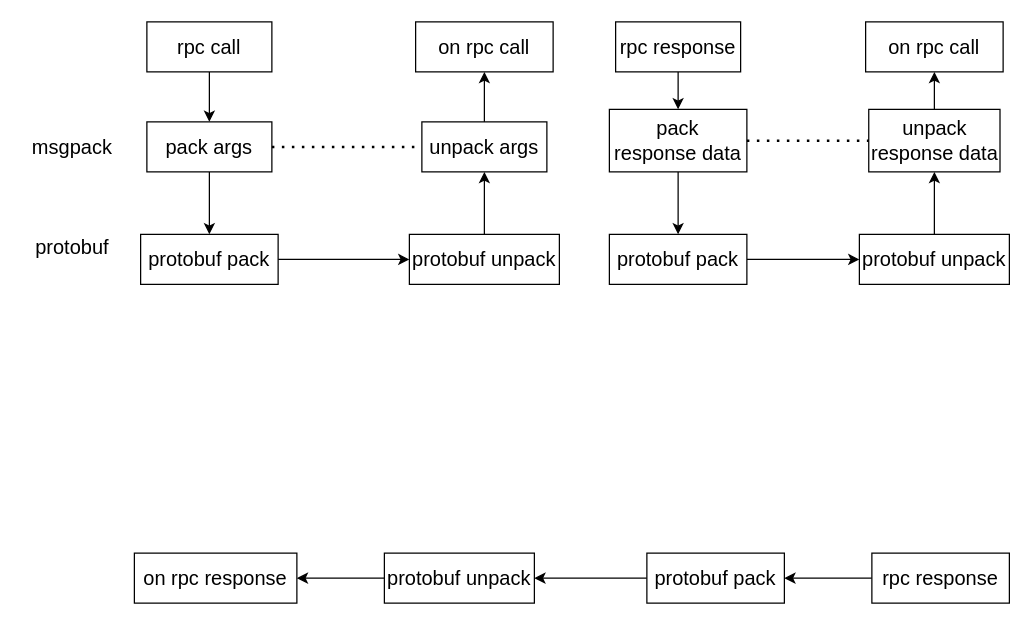
Above: rpc.drawio in 13570248114/draw (draw.io), before the change. Source tidied: cells renumbered, new cells numbered last; positions are measured from the earlier drawing's top-left corner, leaving out a move shared by most shapes. Both pictures are drawn from the tidied source at 125%, with x=0, y=0 at pixel (21, 21).
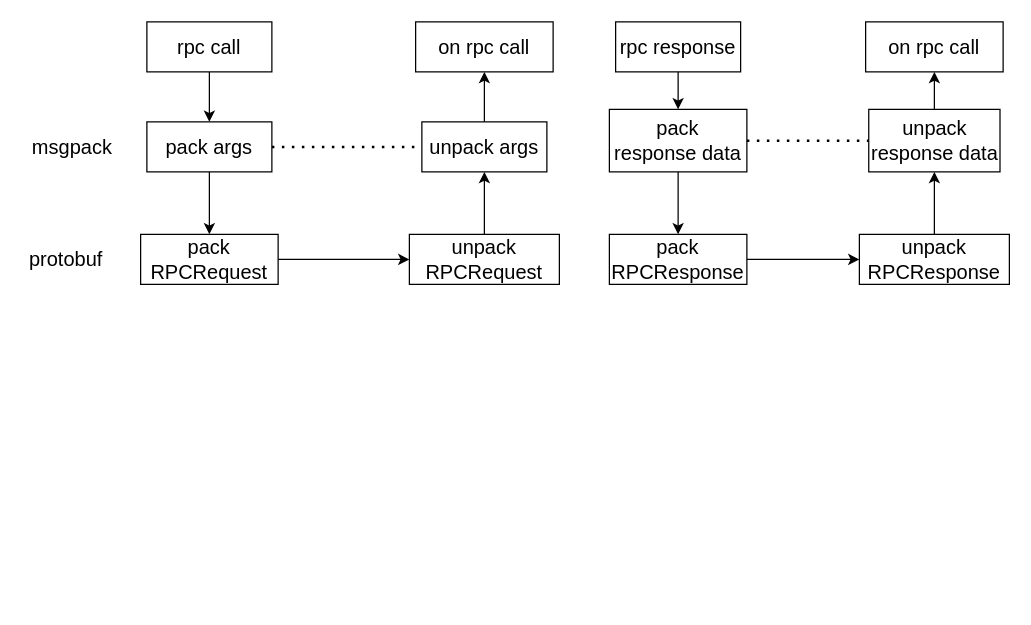
After the change.

Change to the diagram source:
```diff
@@
-    <mxCell id="5" value="&lt;span style=&quot;font-size: 16px&quot;&gt;protobuf pack&lt;/span&gt;" style="rounded=0;whiteSpace=wrap;html=1;" parent="1" vertex="1">
+    <mxCell id="5" value="&lt;span style=&quot;font-size: 16px&quot;&gt;pack RPCRequest&lt;/span&gt;" style="rounded=0;whiteSpace=wrap;html=1;" parent="1" vertex="1">
       <mxGeometry x="95" y="170" width="110" height="40" as="geometry" />
     </mxCell>
@@
-    <mxCell id="7" value="&lt;span style=&quot;font-size: 16px&quot;&gt;protobuf unpack&lt;/span&gt;" style="rounded=0;whiteSpace=wrap;html=1;" parent="1" vertex="1">
+    <mxCell id="7" value="&lt;span style=&quot;font-size: 16px&quot;&gt;unpack&lt;br&gt;RPCRequest&lt;br&gt;&lt;/span&gt;" style="rounded=0;whiteSpace=wrap;html=1;" parent="1" vertex="1">
       <mxGeometry x="310" y="170" width="120" height="40" as="geometry" />
     </mxCell>
@@
-    <mxCell id="9" value="&lt;span style=&quot;font-size: 16px&quot;&gt;on rpc response&lt;/span&gt;" style="rounded=0;whiteSpace=wrap;html=1;" parent="1" vertex="1">
-      <mxGeometry x="90" y="425" width="130" height="40" as="geometry" />
-    </mxCell>
-    <mxCell id="10" style="edgeStyle=orthogonalEdgeStyle;rounded=0;jettySize=auto;html=1;fontSize=16;" parent="1" edge="1" source="11" target="9">
-      <mxGeometry relative="1" as="geometry" />
-    </mxCell>
-    <mxCell id="11" value="&lt;span style=&quot;font-size: 16px&quot;&gt;protobuf unpack&lt;/span&gt;" style="rounded=0;whiteSpace=wrap;html=1;" parent="1" vertex="1">
-      <mxGeometry x="290" y="425" width="120" height="40" as="geometry" />
-    </mxCell>
-    <mxCell id="12" style="edgeStyle=orthogonalEdgeStyle;rounded=0;jettySize=auto;html=1;entryX=1;entryY=0.5;entryDx=0;entryDy=0;fontSize=16;" parent="1" edge="1" source="13" target="11">
-      <mxGeometry relative="1" as="geometry" />
-    </mxCell>
-    <mxCell id="13" value="&lt;span style=&quot;font-size: 16px&quot;&gt;protobuf pack&lt;/span&gt;" style="rounded=0;whiteSpace=wrap;html=1;" parent="1" vertex="1">
-      <mxGeometry x="500" y="425" width="110" height="40" as="geometry" />
-    </mxCell>
-    <mxCell id="14" style="edgeStyle=orthogonalEdgeStyle;rounded=0;jettySize=auto;html=1;fontSize=16;" parent="1" edge="1" source="15" target="13">
-      <mxGeometry relative="1" as="geometry" />
-    </mxCell>
-    <mxCell id="15" value="&lt;span style=&quot;font-size: 16px&quot;&gt;rpc response&lt;/span&gt;" style="rounded=0;whiteSpace=wrap;html=1;" parent="1" vertex="1">
-      <mxGeometry x="680" y="425" width="110" height="40" as="geometry" />
-    </mxCell>
@@
-    <mxCell id="23" value="&lt;span style=&quot;font-size: 16px&quot;&gt;protobuf pack&lt;/span&gt;" style="rounded=0;whiteSpace=wrap;html=1;" parent="1" vertex="1">
+    <mxCell id="23" value="&lt;span style=&quot;font-size: 16px&quot;&gt;pack RPCResponse&lt;/span&gt;" style="rounded=0;whiteSpace=wrap;html=1;" parent="1" vertex="1">
       <mxGeometry x="470" y="170" width="110" height="40" as="geometry" />
     </mxCell>
@@
-    <mxCell id="25" value="&lt;span style=&quot;font-size: 16px&quot;&gt;protobuf unpack&lt;/span&gt;" style="rounded=0;whiteSpace=wrap;html=1;" parent="1" vertex="1">
+    <mxCell id="25" value="&lt;span style=&quot;font-size: 16px&quot;&gt;unpack RPCResponse&lt;/span&gt;" style="rounded=0;whiteSpace=wrap;html=1;" parent="1" vertex="1">
       <mxGeometry x="670" y="170" width="120" height="40" as="geometry" />
     </mxCell>
@@
     <mxCell id="34" value="&lt;span style=&quot;font-size: 16px&quot;&gt;protobuf&lt;/span&gt;" style="text;html=1;align=center;verticalAlign=middle;fillColor=none;strokeColor=none;rounded=0;" parent="1" vertex="1">
-      <mxGeometry x="5" y="170" width="70" height="20" as="geometry" />
+      <mxGeometry y="180" width="70" height="20" as="geometry" />
     </mxCell>
```
